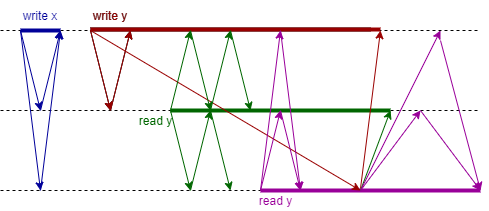
This is resources/alg3_no_read_inversion.png from yosefgoren/Seminar-in-Distributed-Algorithms-236832, a draw.io export, as it was before one commit. Source tidied: cells renumbered, new cells last; positions are measured from the earlier drawing's top-left corner, leaving out a move shared by most shapes. Source of this version:
```xml
<mxGraphModel>
  <root>
    <mxCell id="0" />
    <mxCell id="1" parent="0" />
    <mxCell id="2" style="endArrow=none;dashed=1;html=1;rounded=0;" parent="1" edge="1">
      <mxGeometry relative="1" as="geometry">
        <mxPoint y="30" as="sourcePoint" />
        <mxPoint x="480" y="30" as="targetPoint" />
      </mxGeometry>
    </mxCell>
    <mxCell id="3" style="endArrow=none;dashed=1;html=1;rounded=0;" parent="1" edge="1">
      <mxGeometry relative="1" as="geometry">
        <mxPoint y="110" as="sourcePoint" />
        <mxPoint x="480" y="110" as="targetPoint" />
      </mxGeometry>
    </mxCell>
    <mxCell id="4" style="endArrow=classic;html=1;rounded=0;" parent="1" edge="1">
      <mxGeometry relative="1" as="geometry">
        <mxPoint x="90" y="30" as="sourcePoint" />
        <mxPoint x="110" y="110" as="targetPoint" />
      </mxGeometry>
    </mxCell>
    <mxCell id="5" value="write y" style="text;html=1;strokeColor=none;fillColor=none;align=center;verticalAlign=middle;whiteSpace=wrap;rounded=0;" parent="1" vertex="1">
      <mxGeometry x="80" width="60" height="30" as="geometry" />
    </mxCell>
    <mxCell id="6" style="endArrow=none;html=1;rounded=0;strokeColor=#006600;" parent="1" edge="1">
      <mxGeometry relative="1" as="geometry">
        <mxPoint x="210" y="30" as="sourcePoint" />
        <mxPoint x="210" y="30" as="targetPoint" />
      </mxGeometry>
    </mxCell>
    <mxCell id="7" style="endArrow=none;dashed=1;html=1;rounded=0;" parent="1" edge="1">
      <mxGeometry relative="1" as="geometry">
        <mxPoint y="190" as="sourcePoint" />
        <mxPoint x="480" y="190" as="targetPoint" />
      </mxGeometry>
    </mxCell>
    <mxCell id="8" style="endArrow=none;html=1;strokeWidth=4;" parent="1" edge="1">
      <mxGeometry relative="1" as="geometry">
        <mxPoint x="90" y="29" as="sourcePoint" />
        <mxPoint x="370" y="29" as="targetPoint" />
      </mxGeometry>
    </mxCell>
    <mxCell id="9" style="endArrow=none;html=1;exitX=-0.114;exitY=1.3;exitDx=0;exitDy=0;exitPerimeter=0;strokeWidth=4;strokeColor=#990099;" parent="1" edge="1">
      <mxGeometry relative="1" as="geometry">
        <mxPoint x="260" y="190" as="sourcePoint" />
        <mxPoint x="480" y="190" as="targetPoint" />
        <Array as="points">
          <mxPoint x="260" y="190" />
        </Array>
      </mxGeometry>
    </mxCell>
    <mxCell id="10" style="endArrow=none;html=1;exitX=-0.114;exitY=1.3;exitDx=0;exitDy=0;exitPerimeter=0;strokeWidth=4;strokeColor=#006600;" parent="1" edge="1">
      <mxGeometry relative="1" as="geometry">
        <mxPoint x="170" y="110" as="sourcePoint" />
        <mxPoint x="390" y="110" as="targetPoint" />
      </mxGeometry>
    </mxCell>
    <mxCell id="11" style="endArrow=classic;html=1;strokeWidth=1;strokeColor=#000099;" parent="1" edge="1">
      <mxGeometry relative="1" as="geometry">
        <mxPoint x="20" y="30" as="sourcePoint" />
        <mxPoint x="40" y="110" as="targetPoint" />
      </mxGeometry>
    </mxCell>
    <mxCell id="12" style="endArrow=classic;html=1;strokeWidth=1;strokeColor=#000099;" parent="1" edge="1">
      <mxGeometry relative="1" as="geometry">
        <mxPoint x="20" y="30" as="sourcePoint" />
        <mxPoint x="40" y="190" as="targetPoint" />
      </mxGeometry>
    </mxCell>
    <mxCell id="13" value="write x" style="text;html=1;fillColor=none;align=center;verticalAlign=middle;whiteSpace=wrap;rounded=0;fontColor=#000099;" parent="1" vertex="1">
      <mxGeometry x="10" width="60" height="30" as="geometry" />
    </mxCell>
    <mxCell id="14" style="endArrow=none;html=1;exitX=-0.114;exitY=1.3;exitDx=0;exitDy=0;exitPerimeter=0;strokeWidth=4;strokeColor=#000099;" parent="1" edge="1">
      <mxGeometry relative="1" as="geometry">
        <mxPoint x="20" y="30" as="sourcePoint" />
        <mxPoint x="60" y="30" as="targetPoint" />
      </mxGeometry>
    </mxCell>
    <mxCell id="15" value="read y" style="text;html=1;align=center;verticalAlign=middle;fontColor=#006600;" parent="1" vertex="1">
      <mxGeometry x="130" y="110" width="50" height="20" as="geometry" />
    </mxCell>
    <mxCell id="16" style="endArrow=classic;html=1;strokeColor=#000099;" parent="1" edge="1">
      <mxGeometry relative="1" as="geometry">
        <mxPoint x="40" y="110" as="sourcePoint" />
        <mxPoint x="60" y="30" as="targetPoint" />
      </mxGeometry>
    </mxCell>
    <mxCell id="17" style="endArrow=classic;html=1;strokeColor=#000099;" parent="1" edge="1">
      <mxGeometry relative="1" as="geometry">
        <mxPoint x="40" y="190" as="sourcePoint" />
        <mxPoint x="60" y="30" as="targetPoint" />
      </mxGeometry>
    </mxCell>
    <mxCell id="18" style="endArrow=classic;html=1;" parent="1" edge="1">
      <mxGeometry relative="1" as="geometry">
        <mxPoint x="110" y="110" as="sourcePoint" />
        <mxPoint x="130" y="30" as="targetPoint" />
      </mxGeometry>
    </mxCell>
    <mxCell id="19" style="endArrow=classic;html=1;strokeColor=#990000;" parent="1" edge="1">
      <mxGeometry relative="1" as="geometry">
        <mxPoint x="360" y="188" as="sourcePoint" />
        <mxPoint x="380" y="30" as="targetPoint" />
      </mxGeometry>
    </mxCell>
    <mxCell id="20" style="endArrow=classic;html=1;rounded=0;strokeColor=#990000;" parent="1" edge="1">
      <mxGeometry relative="1" as="geometry">
        <mxPoint x="90" y="30" as="sourcePoint" />
        <mxPoint x="110" y="110" as="targetPoint" />
      </mxGeometry>
    </mxCell>
    <mxCell id="21" style="endArrow=classic;html=1;rounded=0;startArrow=none;strokeColor=#990000;" parent="1" edge="1">
      <mxGeometry relative="1" as="geometry">
        <mxPoint x="90" y="30" as="sourcePoint" />
        <mxPoint x="360" y="190" as="targetPoint" />
      </mxGeometry>
    </mxCell>
    <mxCell id="22" value="write y" style="text;html=1;fillColor=none;align=center;verticalAlign=middle;whiteSpace=wrap;rounded=0;fontColor=#990000;" parent="1" vertex="1">
      <mxGeometry x="80" width="60" height="30" as="geometry" />
    </mxCell>
    <mxCell id="23" style="endArrow=none;html=1;rounded=0;strokeColor=#006600;" parent="1" edge="1">
      <mxGeometry relative="1" as="geometry">
        <mxPoint x="210" y="30" as="sourcePoint" />
        <mxPoint x="210" y="30" as="targetPoint" />
      </mxGeometry>
    </mxCell>
    <mxCell id="24" style="endArrow=none;html=1;strokeWidth=4;strokeColor=#990000;" parent="1" edge="1">
      <mxGeometry relative="1" as="geometry">
        <mxPoint x="90" y="29" as="sourcePoint" />
        <mxPoint x="380" y="29" as="targetPoint" />
      </mxGeometry>
    </mxCell>
    <mxCell id="25" value="read y" style="text;html=1;align=center;verticalAlign=middle;fontColor=#990099;" parent="1" vertex="1">
      <mxGeometry x="250" y="190" width="50" height="20" as="geometry" />
    </mxCell>
    <mxCell id="26" style="endArrow=classic;html=1;strokeColor=#990000;" parent="1" edge="1">
      <mxGeometry relative="1" as="geometry">
        <mxPoint x="110" y="110" as="sourcePoint" />
        <mxPoint x="130" y="30" as="targetPoint" />
      </mxGeometry>
    </mxCell>
    <mxCell id="27" style="endArrow=classic;html=1;strokeColor=#006600;" parent="1" edge="1">
      <mxGeometry relative="1" as="geometry">
        <mxPoint x="170" y="110" as="sourcePoint" />
        <mxPoint x="190" y="30" as="targetPoint" />
      </mxGeometry>
    </mxCell>
    <mxCell id="28" style="endArrow=classic;html=1;strokeWidth=1;strokeColor=#006600;" parent="1" edge="1">
      <mxGeometry relative="1" as="geometry">
        <mxPoint x="170" y="110" as="sourcePoint" />
        <mxPoint x="190" y="190" as="targetPoint" />
      </mxGeometry>
    </mxCell>
    <mxCell id="29" style="endArrow=classic;html=1;strokeWidth=1;strokeColor=#006600;" parent="1" edge="1">
      <mxGeometry relative="1" as="geometry">
        <mxPoint x="190" y="30" as="sourcePoint" />
        <mxPoint x="210" y="110" as="targetPoint" />
      </mxGeometry>
    </mxCell>
    <mxCell id="30" style="endArrow=classic;html=1;strokeColor=#006600;" parent="1" edge="1">
      <mxGeometry relative="1" as="geometry">
        <mxPoint x="360" y="190" as="sourcePoint" />
        <mxPoint x="390" y="110" as="targetPoint" />
      </mxGeometry>
    </mxCell>
    <mxCell id="31" style="endArrow=classic;html=1;strokeColor=#006600;" parent="1" edge="1">
      <mxGeometry relative="1" as="geometry">
        <mxPoint x="190" y="190" as="sourcePoint" />
        <mxPoint x="210" y="110" as="targetPoint" />
      </mxGeometry>
    </mxCell>
    <mxCell id="32" style="endArrow=classic;html=1;strokeColor=#006600;" parent="1" edge="1">
      <mxGeometry relative="1" as="geometry">
        <mxPoint x="210" y="110" as="sourcePoint" />
        <mxPoint x="230" y="30" as="targetPoint" />
      </mxGeometry>
    </mxCell>
    <mxCell id="33" style="endArrow=classic;html=1;strokeWidth=1;strokeColor=#006600;" parent="1" edge="1">
      <mxGeometry relative="1" as="geometry">
        <mxPoint x="230" y="30" as="sourcePoint" />
        <mxPoint x="250" y="110" as="targetPoint" />
      </mxGeometry>
    </mxCell>
    <mxCell id="34" style="endArrow=classic;html=1;strokeWidth=1;strokeColor=#006600;" parent="1" edge="1">
      <mxGeometry relative="1" as="geometry">
        <mxPoint x="210" y="110" as="sourcePoint" />
        <mxPoint x="230" y="190" as="targetPoint" />
      </mxGeometry>
    </mxCell>
    <mxCell id="35" style="endArrow=classic;html=1;fontColor=#999900;strokeColor=#990099;" parent="1" edge="1">
      <mxGeometry relative="1" as="geometry">
        <mxPoint x="260" y="190" as="sourcePoint" />
        <mxPoint x="280" y="30" as="targetPoint" />
      </mxGeometry>
    </mxCell>
    <mxCell id="36" style="endArrow=classic;html=1;fontColor=#999900;strokeColor=#990099;" parent="1" edge="1">
      <mxGeometry relative="1" as="geometry">
        <mxPoint x="260" y="190" as="sourcePoint" />
        <mxPoint x="280" y="110" as="targetPoint" />
      </mxGeometry>
    </mxCell>
    <mxCell id="37" style="endArrow=classic;html=1;strokeWidth=1;fontColor=#999900;strokeColor=#990099;" parent="1" edge="1">
      <mxGeometry relative="1" as="geometry">
        <mxPoint x="280" y="30" as="sourcePoint" />
        <mxPoint x="300" y="190" as="targetPoint" />
      </mxGeometry>
    </mxCell>
    <mxCell id="38" style="endArrow=classic;html=1;strokeWidth=1;fontColor=#999900;strokeColor=#990099;" parent="1" edge="1">
      <mxGeometry relative="1" as="geometry">
        <mxPoint x="280" y="110" as="sourcePoint" />
        <mxPoint x="300" y="190" as="targetPoint" />
      </mxGeometry>
    </mxCell>
    <mxCell id="39" style="endArrow=classic;html=1;strokeColor=#990099;" parent="1" edge="1">
      <mxGeometry relative="1" as="geometry">
        <mxPoint x="360" y="190" as="sourcePoint" />
        <mxPoint x="420" y="110" as="targetPoint" />
      </mxGeometry>
    </mxCell>
    <mxCell id="40" style="endArrow=classic;html=1;strokeColor=#990099;" parent="1" edge="1">
      <mxGeometry relative="1" as="geometry">
        <mxPoint x="360" y="190" as="sourcePoint" />
        <mxPoint x="440" y="30" as="targetPoint" />
      </mxGeometry>
    </mxCell>
    <mxCell id="41" style="endArrow=classic;html=1;strokeWidth=1;strokeColor=#990099;" parent="1" edge="1">
      <mxGeometry relative="1" as="geometry">
        <mxPoint x="440" y="40" as="sourcePoint" />
        <mxPoint x="480" y="190" as="targetPoint" />
      </mxGeometry>
    </mxCell>
    <mxCell id="42" style="endArrow=classic;html=1;strokeWidth=1;strokeColor=#990099;" parent="1" edge="1">
      <mxGeometry relative="1" as="geometry">
        <mxPoint x="420" y="110" as="sourcePoint" />
        <mxPoint x="480" y="190" as="targetPoint" />
      </mxGeometry>
    </mxCell>
  </root>
</mxGraphModel>
```
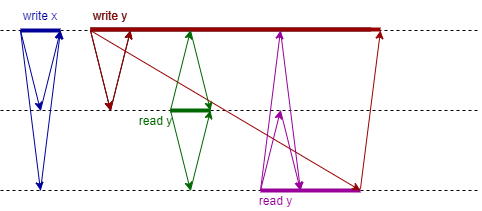
After the commit.

Change to the diagram source:
```diff
@@ -44,7 +44,7 @@
     <mxCell id="9" style="endArrow=none;html=1;exitX=-0.114;exitY=1.3;exitDx=0;exitDy=0;exitPerimeter=0;strokeWidth=4;strokeColor=#990099;" parent="1" edge="1">
       <mxGeometry relative="1" as="geometry">
         <mxPoint x="260" y="190" as="sourcePoint" />
-        <mxPoint x="480" y="190" as="targetPoint" />
+        <mxPoint x="360" y="190" as="targetPoint" />
         <Array as="points">
           <mxPoint x="260" y="190" />
         </Array>
@@ -53,7 +53,7 @@
     <mxCell id="10" style="endArrow=none;html=1;exitX=-0.114;exitY=1.3;exitDx=0;exitDy=0;exitPerimeter=0;strokeWidth=4;strokeColor=#006600;" parent="1" edge="1">
       <mxGeometry relative="1" as="geometry">
         <mxPoint x="170" y="110" as="sourcePoint" />
-        <mxPoint x="390" y="110" as="targetPoint" />
+        <mxPoint x="210" y="110" as="targetPoint" />
       </mxGeometry>
     </mxCell>
     <mxCell id="11" style="endArrow=classic;html=1;strokeWidth=1;strokeColor=#000099;" parent="1" edge="1">
@@ -158,36 +158,12 @@
         <mxPoint x="210" y="110" as="targetPoint" />
       </mxGeometry>
     </mxCell>
-    <mxCell id="30" style="endArrow=classic;html=1;strokeColor=#006600;" parent="1" edge="1">
-      <mxGeometry relative="1" as="geometry">
-        <mxPoint x="360" y="190" as="sourcePoint" />
-        <mxPoint x="390" y="110" as="targetPoint" />
-      </mxGeometry>
-    </mxCell>
     <mxCell id="31" style="endArrow=classic;html=1;strokeColor=#006600;" parent="1" edge="1">
       <mxGeometry relative="1" as="geometry">
         <mxPoint x="190" y="190" as="sourcePoint" />
         <mxPoint x="210" y="110" as="targetPoint" />
       </mxGeometry>
     </mxCell>
-    <mxCell id="32" style="endArrow=classic;html=1;strokeColor=#006600;" parent="1" edge="1">
-      <mxGeometry relative="1" as="geometry">
-        <mxPoint x="210" y="110" as="sourcePoint" />
-        <mxPoint x="230" y="30" as="targetPoint" />
-      </mxGeometry>
-    </mxCell>
-    <mxCell id="33" style="endArrow=classic;html=1;strokeWidth=1;strokeColor=#006600;" parent="1" edge="1">
-      <mxGeometry relative="1" as="geometry">
-        <mxPoint x="230" y="30" as="sourcePoint" />
-        <mxPoint x="250" y="110" as="targetPoint" />
-      </mxGeometry>
-    </mxCell>
-    <mxCell id="34" style="endArrow=classic;html=1;strokeWidth=1;strokeColor=#006600;" parent="1" edge="1">
-      <mxGeometry relative="1" as="geometry">
-        <mxPoint x="210" y="110" as="sourcePoint" />
-        <mxPoint x="230" y="190" as="targetPoint" />
-      </mxGeometry>
-    </mxCell>
     <mxCell id="35" style="endArrow=classic;html=1;fontColor=#999900;strokeColor=#990099;" parent="1" edge="1">
       <mxGeometry relative="1" as="geometry">
         <mxPoint x="260" y="190" as="sourcePoint" />
@@ -212,29 +188,5 @@
         <mxPoint x="300" y="190" as="targetPoint" />
       </mxGeometry>
     </mxCell>
-    <mxCell id="39" style="endArrow=classic;html=1;strokeColor=#990099;" parent="1" edge="1">
-      <mxGeometry relative="1" as="geometry">
-        <mxPoint x="360" y="190" as="sourcePoint" />
-        <mxPoint x="420" y="110" as="targetPoint" />
-      </mxGeometry>
-    </mxCell>
-    <mxCell id="40" style="endArrow=classic;html=1;strokeColor=#990099;" parent="1" edge="1">
-      <mxGeometry relative="1" as="geometry">
-        <mxPoint x="360" y="190" as="sourcePoint" />
-        <mxPoint x="440" y="30" as="targetPoint" />
-      </mxGeometry>
-    </mxCell>
-    <mxCell id="41" style="endArrow=classic;html=1;strokeWidth=1;strokeColor=#990099;" parent="1" edge="1">
-      <mxGeometry relative="1" as="geometry">
-        <mxPoint x="440" y="40" as="sourcePoint" />
-        <mxPoint x="480" y="190" as="targetPoint" />
-      </mxGeometry>
-    </mxCell>
-    <mxCell id="42" style="endArrow=classic;html=1;strokeWidth=1;strokeColor=#990099;" parent="1" edge="1">
-      <mxGeometry relative="1" as="geometry">
-        <mxPoint x="420" y="110" as="sourcePoint" />
-        <mxPoint x="480" y="190" as="targetPoint" />
-      </mxGeometry>
-    </mxCell>
   </root>
 </mxGraphModel>
```
